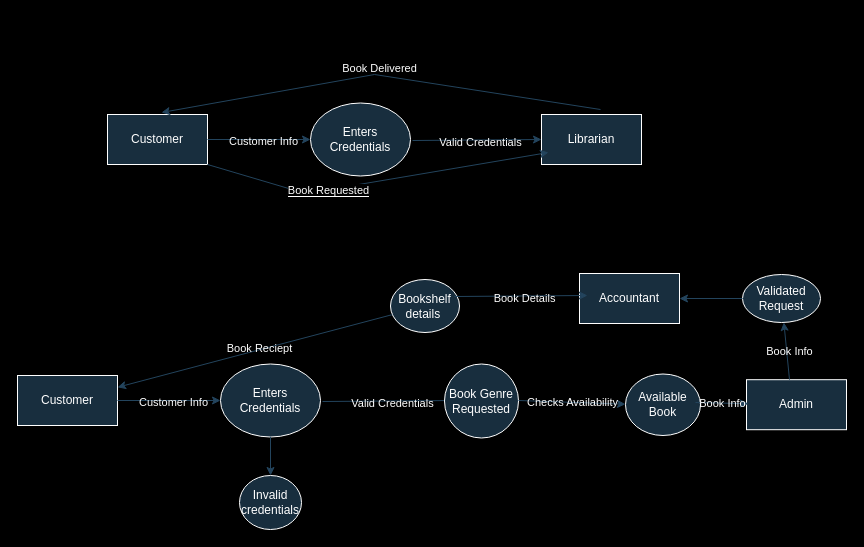
Earlier version of the draw.io diagram page "Page-3" (3 of 3) of SAD SAM/logic&dfd.drawio (therealsamrajya/5th-sem). Source tidied: cells renumbered, new cells numbered last; positions are measured from the earlier drawing's top-left corner, leaving out a move shared by most shapes. Both pictures are drawn from the tidied source at 100%, with x=0, y=0 at pixel (17, 74).
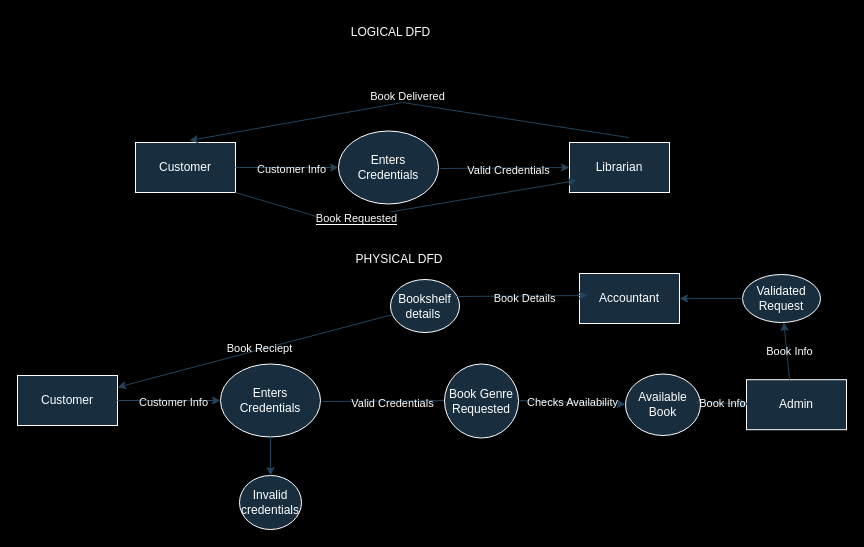
The same diagram, later.

What changed in the source:
```diff
@@
     <mxCell id="2" value="Customer" style="html=1;dashed=0;whiteSpace=wrap;labelBackgroundColor=none;fillColor=#182E3E;strokeColor=#FFFFFF;fontColor=#FFFFFF;" parent="1" vertex="1">
-      <mxGeometry x="90" y="40" width="100" height="50" as="geometry" />
+      <mxGeometry x="118" y="68" width="100" height="50" as="geometry" />
     </mxCell>
     <mxCell id="3" value="Enters Credentials" style="shape=ellipse;html=1;dashed=0;whiteSpace=wrap;perimeter=ellipsePerimeter;labelBackgroundColor=none;fillColor=#182E3E;strokeColor=#FFFFFF;fontColor=#FFFFFF;" parent="1" vertex="1">
-      <mxGeometry x="293" y="28.5" width="100" height="73" as="geometry" />
+      <mxGeometry x="321" y="56.5" width="100" height="73" as="geometry" />
     </mxCell>
@@
     <mxCell id="6" style="endArrow=classic;html=1;rounded=0;entryX=0;entryY=0.5;entryDx=0;entryDy=0;labelBackgroundColor=none;strokeColor=#23445D;fontColor=default;" parent="1" edge="1" target="8">
       <mxGeometry relative="1" as="geometry">
-        <mxPoint x="395" y="66" as="sourcePoint" />
+        <mxPoint x="423" y="94" as="sourcePoint" />
       </mxGeometry>
     </mxCell>
@@
     <mxCell id="8" value="Librarian" style="html=1;dashed=0;whiteSpace=wrap;labelBackgroundColor=none;fillColor=#182E3E;strokeColor=#FFFFFF;fontColor=#FFFFFF;" parent="1" vertex="1">
-      <mxGeometry x="524" y="40" width="100" height="50" as="geometry" />
+      <mxGeometry x="552" y="68" width="100" height="50" as="geometry" />
     </mxCell>
     <mxCell id="9" style="endArrow=classic;html=1;rounded=0;labelBackgroundColor=none;strokeColor=#23445D;fontColor=default;" parent="1" edge="1">
       <mxGeometry relative="1" as="geometry">
-        <mxPoint x="583" y="35" as="sourcePoint" />
-        <mxPoint x="144" y="38" as="targetPoint" />
+        <mxPoint x="611" y="63" as="sourcePoint" />
+        <mxPoint x="172" y="66" as="targetPoint" />
         <Array as="points">
-          <mxPoint x="357" />
+          <mxPoint x="385" y="28" />
         </Array>
       </mxGeometry>
     </mxCell>
@@
     <mxCell id="35" style="endArrow=classic;html=1;rounded=0;strokeColor=#23445D;exitX=1;exitY=1;exitDx=0;exitDy=0;" parent="1" edge="1" source="2">
       <mxGeometry relative="1" as="geometry">
-        <mxPoint x="531" y="78" as="targetPoint" />
+        <mxPoint x="559" y="106" as="targetPoint" />
         <Array as="points">
-          <mxPoint x="288" y="119" />
+          <mxPoint x="316" y="147" />
         </Array>
       </mxGeometry>
     </mxCell>
@@
+    <mxCell id="39" value="LOGICAL DFD" style="text;html=1;strokeColor=none;fillColor=none;align=center;verticalAlign=middle;whiteSpace=wrap;rounded=0;fontColor=#FFFFFF;" parent="1" vertex="1">
+      <mxGeometry x="321" y="-57" width="105" height="30" as="geometry" />
+    </mxCell>
+    <mxCell id="40" value="PHYSICAL DFD" style="text;html=1;strokeColor=none;fillColor=none;align=center;verticalAlign=middle;whiteSpace=wrap;rounded=0;fontColor=#FFFFFF;" parent="1" vertex="1">
+      <mxGeometry x="337" y="170" width="90" height="30" as="geometry" />
+    </mxCell>
```
